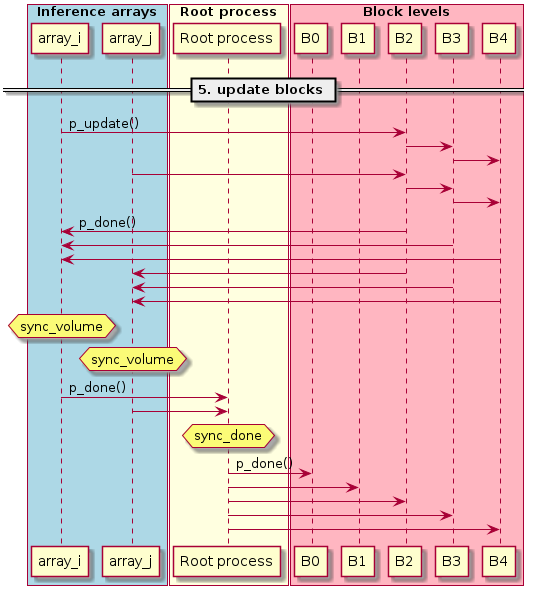
Before: doc/source/design/level-array-5.png, a diagram exported from PlantUML (enzo-project/enzo-e). Its diagram source:
```plantuml
@startuml

box "Inference arrays" #LightBlue
participant array_i as a0
participant array_j as a2
end box

box "Root process" #LightYellow
participant "Root process" as root
end box

box "Block levels" #LightPink
participant "B0" as b0
participant "B1" as b1
participant "B2" as b2
participant "B3" as b3
participant "B4" as b4
end box

  == 5. update blocks ==

a0 -> b2 : p_update()
b2 -> b3
b3 -> b4

a2 -> b2
b2 -> b3
b3 -> b4

b2 ->   a0 : p_done()
b3 ->   a0
b4 ->   a0

b2  ->   a2
b3  ->   a2
b4  ->   a2

hnote over a0 : sync_volume
hnote over a2 : sync_volume

a0 -> root : p_done()
a2 -> root

hnote over root : sync_done

root -> b0 : p_done()
root -> b1
root -> b2
root -> b3
root -> b4

deactivate a0
deactivate a2

@enduml
```
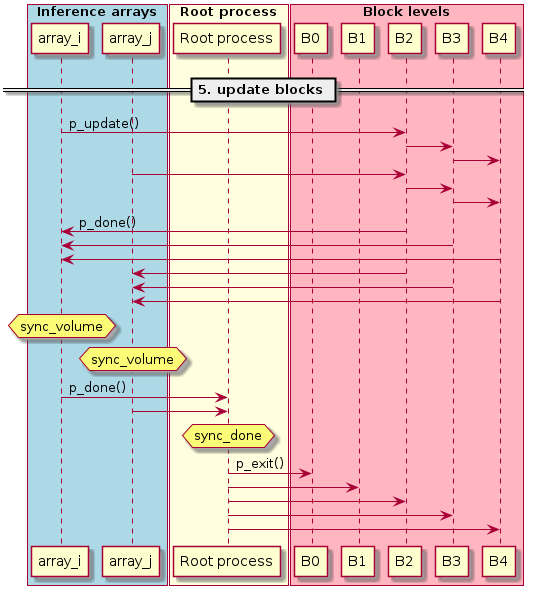
Above is the later version.

Commit message:
inference array docs clarification and fixes

Change to the diagram source:
```diff
@@ -43,7 +43,7 @@
 
 hnote over root : sync_done
 
-root -> b0 : p_done()
+root -> b0 : p_exit()
 root -> b1
 root -> b2
 root -> b3
```
